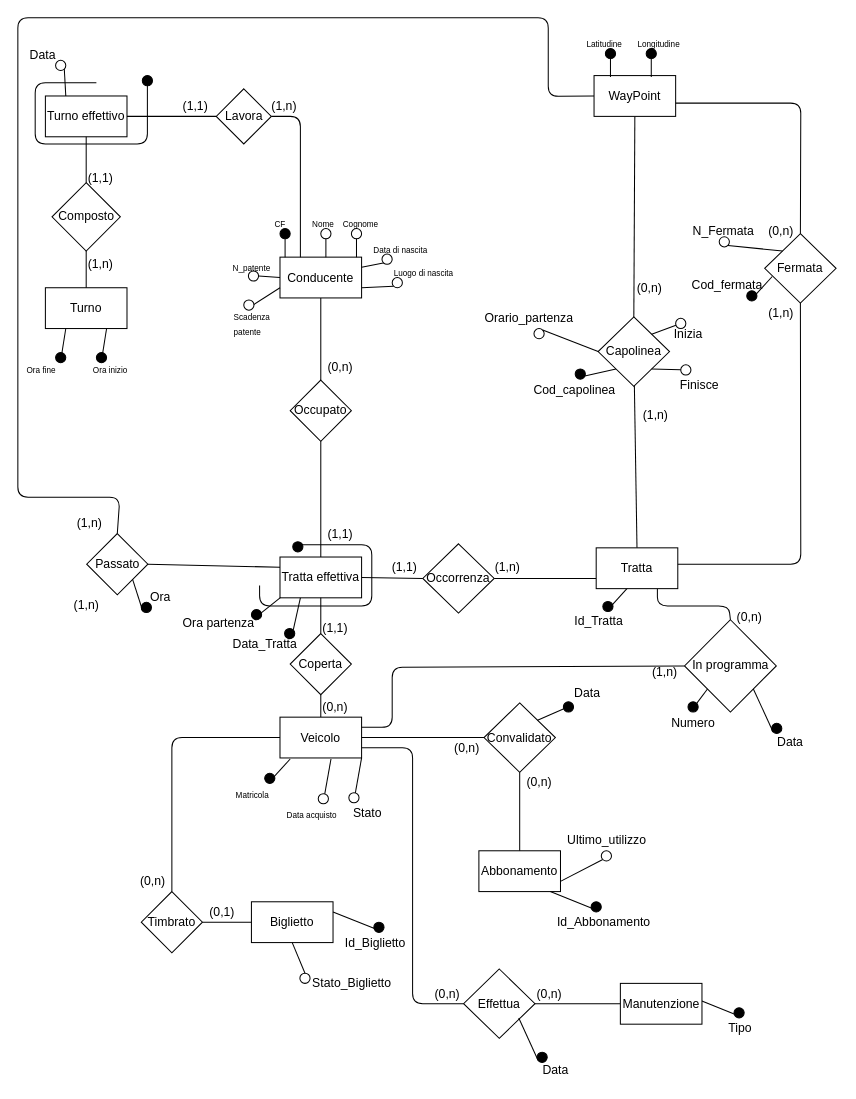
Ivan-Palm/Progetto-Basi-di-Dati keeps this draw.io diagram as Secondo ER ottimizzato.drawio. Above is the earlier version. Source tidied: cells renumbered, new cells numbered last; positions are measured from the earlier drawing's top-left corner, leaving out a move shared by most shapes. Both pictures are drawn from the tidied source at 102%, with x=0, y=0 at pixel (17, 17).
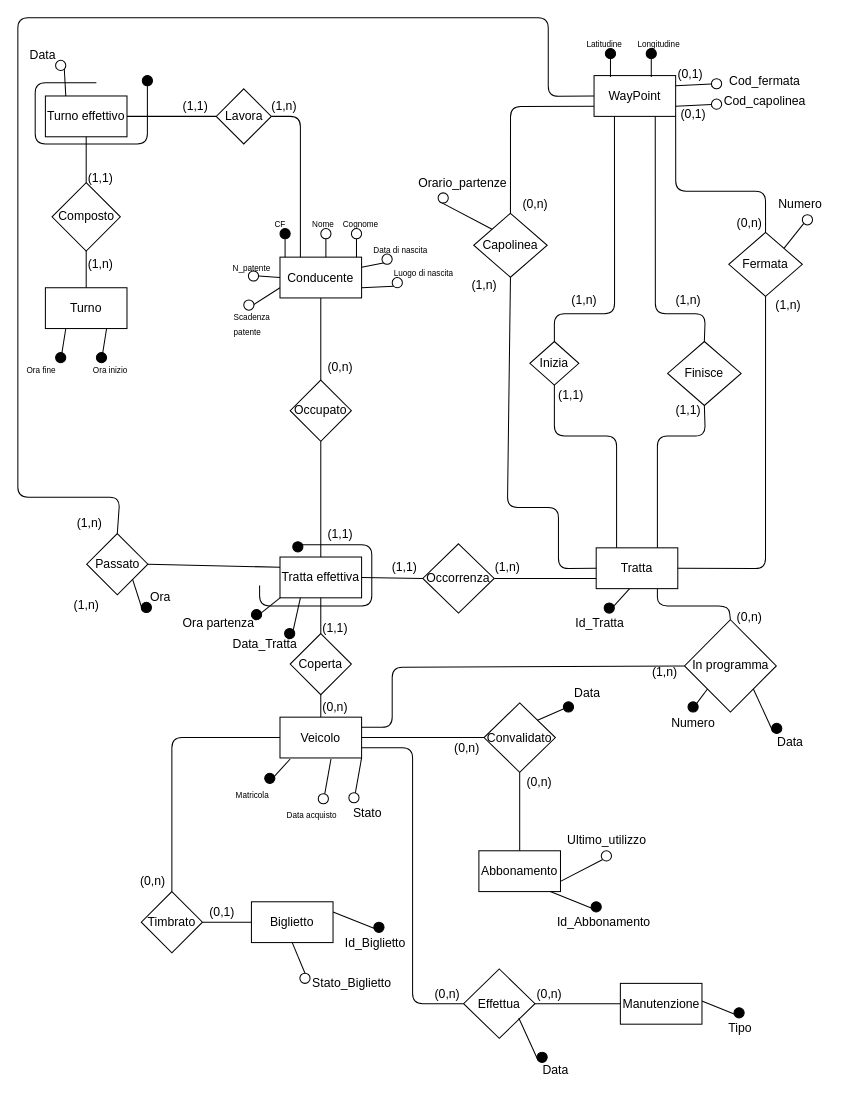
Above is the later version.

The change refers to these unchanged cells:
```xml
<mxCell id="158" value="Tratta" style="rounded=0;whiteSpace=wrap;html=1;" parent="1" vertex="1">
  <mxGeometry x="567" y="519.6" width="80" height="40" as="geometry" />
</mxCell>
<mxCell id="159" value="WayPoint" style="rounded=0;whiteSpace=wrap;html=1;" parent="1" vertex="1">
  <mxGeometry x="564.9" y="56.6" width="80" height="40" as="geometry" />
</mxCell>
```

Change to the diagram source:
```diff
@@
     <mxCell id="88" style="endArrow=none;html=1;fillColor=#000000;exitX=0.125;exitY=1.025;exitDx=0;exitDy=0;exitPerimeter=0;" parent="1" edge="1">
       <mxGeometry relative="1" as="geometry">
-        <mxPoint x="598.5" y="558.1" as="sourcePoint" />
-        <mxPoint x="578.5" y="580.1" as="targetPoint" />
+        <mxPoint x="599.8" y="559.6" as="sourcePoint" />
+        <mxPoint x="579.8" y="581.6" as="targetPoint" />
       </mxGeometry>
     </mxCell>
     <mxCell id="89" value="Id_Tratta" style="text;html=1;align=left;verticalAlign=top;spacingTop=-4;" parent="1" vertex="1">
-      <mxGeometry x="543.5" y="582.1" width="60" height="20" as="geometry" />
+      <mxGeometry x="544.8" y="583.6" width="60" height="20" as="geometry" />
     </mxCell>
     <mxCell id="90" style="ellipse;whiteSpace=wrap;html=1;fillColor=#000000;" parent="1" vertex="1">
-      <mxGeometry x="573.5" y="572.1" width="10" height="10" as="geometry" />
+      <mxGeometry x="574.8" y="573.6" width="10" height="10" as="geometry" />
     </mxCell>
@@
-    <mxCell id="129" style="ellipse;whiteSpace=wrap;html=1;fillColor=#FFFFFF;" parent="1" vertex="1">
-      <mxGeometry x="506" y="304.6" width="10" height="10" as="geometry" />
-    </mxCell>
-    <mxCell id="130" value="Capolinea" style="rhombus;whiteSpace=wrap;html=1;" parent="1" vertex="1">
-      <mxGeometry x="568.9" y="293.2" width="70" height="68" as="geometry" />
-    </mxCell>
-    <mxCell id="131" value="(0,n)" style="text;html=1;align=center;verticalAlign=middle;" parent="1" vertex="1">
-      <mxGeometry x="598.9" y="254.6" width="40" height="20" as="geometry" />
-    </mxCell>
-    <mxCell id="132" value="(1,n)" style="text;html=1;align=center;verticalAlign=middle;" parent="1" vertex="1">
-      <mxGeometry x="604.9" y="380" width="40" height="20" as="geometry" />
-    </mxCell>
-    <mxCell id="133" style="endArrow=none;html=1;entryX=0;entryY=0.5;entryDx=0;entryDy=0;exitX=1;exitY=0;exitDx=0;exitDy=0;" parent="1" edge="1" source="129" target="130">
-      <mxGeometry relative="1" as="geometry" />
-    </mxCell>
-    <mxCell id="134" style="endArrow=none;html=1;exitX=0.5;exitY=0;exitDx=0;exitDy=0;" parent="1" edge="1" source="158" target="130">
-      <mxGeometry relative="1" as="geometry" />
-    </mxCell>
-    <mxCell id="135" style="endArrow=none;html=1;entryX=0.5;entryY=1;entryDx=0;entryDy=0;exitX=0.5;exitY=0;exitDx=0;exitDy=0;" parent="1" edge="1" source="130" target="159">
-      <mxGeometry relative="1" as="geometry" />
-    </mxCell>
-    <mxCell id="136" style="endArrow=none;html=1;exitX=1;exitY=0;exitDx=0;exitDy=0;" parent="1" edge="1" source="137">
-      <mxGeometry relative="1" as="geometry">
-        <mxPoint x="650.9" y="300.2" as="targetPoint" />
-      </mxGeometry>
-    </mxCell>
-    <mxCell id="137" style="ellipse;whiteSpace=wrap;html=1;fillColor=#FFFFFF;direction=west;" parent="1" vertex="1">
-      <mxGeometry x="644.9" y="294.6" width="10" height="10" as="geometry" />
-    </mxCell>
-    <mxCell id="138" style="endArrow=none;html=1;exitX=1;exitY=0;exitDx=0;exitDy=0;" parent="1" edge="1" source="130" target="137">
-      <mxGeometry relative="1" as="geometry" />
-    </mxCell>
-    <mxCell id="139" value="Inizia" style="text;html=1;align=center;verticalAlign=middle;points=[];" parent="1" vertex="1">
-      <mxGeometry x="637" y="299.6" width="40" height="20" as="geometry" />
-    </mxCell>
-    <mxCell id="140" style="ellipse;whiteSpace=wrap;html=1;fillColor=#FFFFFF;direction=west;" parent="1" vertex="1">
-      <mxGeometry x="649.9" y="340.2" width="10" height="10" as="geometry" />
-    </mxCell>
-    <mxCell id="141" style="endArrow=none;html=1;exitX=1;exitY=1;exitDx=0;exitDy=0;" parent="1" edge="1" source="130" target="140">
-      <mxGeometry relative="1" as="geometry" />
-    </mxCell>
-    <mxCell id="142" style="endArrow=none;html=1;fillColor=#000000;exitX=0;exitY=1;exitDx=0;exitDy=0;" parent="1" edge="1" source="130">
-      <mxGeometry relative="1" as="geometry">
-        <mxPoint x="551.4" y="352.2" as="targetPoint" />
-      </mxGeometry>
-    </mxCell>
-    <mxCell id="143" value="Cod_capolinea" style="text;html=1;align=left;verticalAlign=top;spacingTop=-4;" parent="1" vertex="1">
-      <mxGeometry x="503.5" y="355.1" width="100" height="20" as="geometry" />
-    </mxCell>
-    <mxCell id="144" style="ellipse;whiteSpace=wrap;html=1;fillColor=#000000;" parent="1" vertex="1">
-      <mxGeometry x="546.4" y="344.2" width="10" height="10" as="geometry" />
-    </mxCell>
-    <mxCell id="145" value="Orario_partenza" style="text;html=1;align=left;verticalAlign=top;spacingTop=-4;" parent="1" vertex="1">
-      <mxGeometry x="456" y="284.6" width="100" height="20" as="geometry" />
-    </mxCell>
-    <mxCell id="146" value="Finisce" style="text;html=1;align=center;verticalAlign=middle;points=[];" parent="1" vertex="1">
-      <mxGeometry x="637.6" y="350.2" width="60" height="20" as="geometry" />
-    </mxCell>
-    <mxCell id="147" style="endArrow=none;html=1;fillColor=#000000;exitX=0.125;exitY=1.025;exitDx=0;exitDy=0;exitPerimeter=0;" parent="1" edge="1">
-      <mxGeometry relative="1" as="geometry">
-        <mxPoint x="739.6" y="253.6" as="sourcePoint" />
-        <mxPoint x="719.6" y="275.6" as="targetPoint" />
-      </mxGeometry>
-    </mxCell>
-    <mxCell id="148" value="Cod_fermata" style="text;html=1;align=left;verticalAlign=top;spacingTop=-4;" parent="1" vertex="1">
-      <mxGeometry x="659" y="251.6" width="90" height="20" as="geometry" />
-    </mxCell>
-    <mxCell id="149" style="ellipse;whiteSpace=wrap;html=1;fillColor=#000000;" parent="1" vertex="1">
-      <mxGeometry x="714.6" y="267.6" width="10" height="10" as="geometry" />
-    </mxCell>
-    <mxCell id="150" style="ellipse;whiteSpace=wrap;html=1;fillColor=#FFFFFF;" parent="1" vertex="1">
-      <mxGeometry x="687.6" y="214.6" width="10" height="10" as="geometry" />
-    </mxCell>
-    <mxCell id="151" value="N_Fermata" style="text;html=1;align=left;verticalAlign=top;spacingTop=-4;" parent="1" vertex="1">
-      <mxGeometry x="659.6" y="198.6" width="80" height="20" as="geometry" />
-    </mxCell>
-    <mxCell id="152" style="endArrow=none;html=1;exitX=1;exitY=0.75;exitDx=0;exitDy=0;entryX=0.5;entryY=1;entryDx=0;entryDy=0;" parent="1" edge="1" target="153">
-      <mxGeometry relative="1" as="geometry">
-        <mxPoint x="635.6" y="535.6" as="sourcePoint" />
-        <Array as="points">
-          <mxPoint x="767.6" y="535.6" />
-        </Array>
-      </mxGeometry>
-    </mxCell>
-    <mxCell id="153" value="Fermata" style="rhombus;whiteSpace=wrap;html=1;" parent="1" vertex="1">
-      <mxGeometry x="732.2" y="211.6" width="70" height="68" as="geometry" />
-    </mxCell>
-    <mxCell id="154" style="endArrow=none;html=1;exitX=0.5;exitY=0;exitDx=0;exitDy=0;entryX=1;entryY=0.5;entryDx=0;entryDy=0;" parent="1" edge="1" source="153">
-      <mxGeometry relative="1" as="geometry">
-        <mxPoint x="639.6" y="83.6" as="targetPoint" />
-        <Array as="points">
-          <mxPoint x="767.6" y="83.6" />
-        </Array>
-      </mxGeometry>
-    </mxCell>
-    <mxCell id="155" style="endArrow=none;html=1;exitX=0;exitY=0;exitDx=0;exitDy=0;entryX=1;entryY=1;entryDx=0;entryDy=0;" parent="1" edge="1" source="153" target="150">
-      <mxGeometry relative="1" as="geometry" />
-    </mxCell>
-    <mxCell id="156" value="(0,n)" style="text;html=1;align=center;verticalAlign=middle;" parent="1" vertex="1">
-      <mxGeometry x="727.6" y="198.6" width="40" height="20" as="geometry" />
-    </mxCell>
-    <mxCell id="157" value="(1,n)" style="text;html=1;align=center;verticalAlign=middle;" parent="1" vertex="1">
-      <mxGeometry x="727.6" y="279.6" width="40" height="20" as="geometry" />
-    </mxCell>
@@
+    <mxCell id="180" style="endArrow=none;html=1;exitX=1;exitY=0.25;exitDx=0;exitDy=0;" parent="1" edge="1" source="181">
+      <mxGeometry relative="1" as="geometry">
+        <mxPoint x="680" y="67" as="targetPoint" />
+      </mxGeometry>
+    </mxCell>
+    <mxCell id="181" style="ellipse;whiteSpace=wrap;html=1;fillColor=#FFFFFF;" parent="1" vertex="1">
+      <mxGeometry x="680" y="59.6" width="10" height="10" as="geometry" />
+    </mxCell>
+    <mxCell id="182" style="endArrow=none;html=1;exitX=1;exitY=0.25;exitDx=0;exitDy=0;" parent="1" edge="1" source="159" target="181">
+      <mxGeometry relative="1" as="geometry" />
+    </mxCell>
+    <mxCell id="148" value="Cod_fermata" style="text;html=1;align=center;verticalAlign=middle;" parent="1" vertex="1">
+      <mxGeometry x="687" y="51.6" width="90" height="20" as="geometry" />
+    </mxCell>
+    <mxCell id="183" style="endArrow=none;html=1;exitX=1;exitY=0.25;exitDx=0;exitDy=0;" parent="1" edge="1" source="184">
+      <mxGeometry relative="1" as="geometry">
+        <mxPoint x="680" y="87" as="targetPoint" />
+      </mxGeometry>
+    </mxCell>
+    <mxCell id="184" style="ellipse;whiteSpace=wrap;html=1;fillColor=#FFFFFF;" parent="1" vertex="1">
+      <mxGeometry x="680" y="79.6" width="10" height="10" as="geometry" />
+    </mxCell>
+    <mxCell id="185" style="endArrow=none;html=1;exitX=1;exitY=0.25;exitDx=0;exitDy=0;" parent="1" edge="1" target="184">
+      <mxGeometry relative="1" as="geometry">
+        <mxPoint x="644.9" y="86.6" as="sourcePoint" />
+      </mxGeometry>
+    </mxCell>
+    <mxCell id="143" value="Cod_capolinea" style="text;html=1;align=center;verticalAlign=middle;" parent="1" vertex="1">
+      <mxGeometry x="682" y="71.6" width="100" height="20" as="geometry" />
+    </mxCell>
+    <mxCell id="186" value="&lt;div&gt;(0,1)&lt;/div&gt;&lt;div&gt;&lt;br&gt;&lt;/div&gt;" style="text;html=1;align=center;verticalAlign=middle;" parent="1" vertex="1">
+      <mxGeometry x="638.9" y="46.6" width="40" height="30" as="geometry" />
+    </mxCell>
+    <mxCell id="187" value="&lt;div&gt;(0,1)&lt;/div&gt;&lt;div&gt;&lt;br&gt;&lt;/div&gt;" style="text;html=1;align=center;verticalAlign=middle;" parent="1" vertex="1">
+      <mxGeometry x="642" y="86.6" width="40" height="30" as="geometry" />
+    </mxCell>
+    <mxCell id="139" value="Inizia" style="rhombus;whiteSpace=wrap;html=1;" parent="1" vertex="1">
+      <mxGeometry x="502" y="317.3" width="48" height="42.7" as="geometry" />
+    </mxCell>
+    <mxCell id="146" value="Finisce" style="rhombus;whiteSpace=wrap;html=1;" parent="1" vertex="1">
+      <mxGeometry x="637" y="317.3" width="72.1" height="62.7" as="geometry" />
+    </mxCell>
+    <mxCell id="188" style="endArrow=none;html=1;exitX=0.25;exitY=0;exitDx=0;exitDy=0;entryX=0.5;entryY=1;entryDx=0;entryDy=0;" parent="1" edge="1" source="158" target="139">
+      <mxGeometry relative="1" as="geometry">
+        <Array as="points">
+          <mxPoint x="587" y="410" />
+          <mxPoint x="526" y="410" />
+        </Array>
+      </mxGeometry>
+    </mxCell>
+    <mxCell id="189" style="endArrow=none;html=1;exitX=0.75;exitY=0;exitDx=0;exitDy=0;entryX=0.5;entryY=1;entryDx=0;entryDy=0;" parent="1" edge="1" source="158" target="146">
+      <mxGeometry relative="1" as="geometry">
+        <Array as="points">
+          <mxPoint x="627" y="410" />
+          <mxPoint x="674" y="410" />
+        </Array>
+      </mxGeometry>
+    </mxCell>
+    <mxCell id="190" style="endArrow=none;html=1;exitX=0.5;exitY=0;exitDx=0;exitDy=0;entryX=0.25;entryY=1;entryDx=0;entryDy=0;" parent="1" edge="1" source="139" target="159">
+      <mxGeometry relative="1" as="geometry">
+        <Array as="points">
+          <mxPoint x="526" y="290" />
+          <mxPoint x="585" y="290" />
+          <mxPoint x="585" y="220" />
+        </Array>
+      </mxGeometry>
+    </mxCell>
+    <mxCell id="191" style="endArrow=none;html=1;exitX=0.5;exitY=0;exitDx=0;exitDy=0;entryX=0.75;entryY=1;entryDx=0;entryDy=0;" parent="1" edge="1" source="146" target="159">
+      <mxGeometry relative="1" as="geometry">
+        <Array as="points">
+          <mxPoint x="674" y="290" />
+          <mxPoint x="625" y="290" />
+        </Array>
+      </mxGeometry>
+    </mxCell>
+    <mxCell id="192" value="(1,n)" style="text;html=1;align=center;verticalAlign=middle;" parent="1" vertex="1">
+      <mxGeometry x="637" y="266.6" width="40" height="20" as="geometry" />
+    </mxCell>
+    <mxCell id="193" value="(1,n)" style="text;html=1;align=center;verticalAlign=middle;" parent="1" vertex="1">
+      <mxGeometry x="534.8" y="266.6" width="40" height="20" as="geometry" />
+    </mxCell>
+    <mxCell id="153" value="Fermata" style="rhombus;whiteSpace=wrap;html=1;" parent="1" vertex="1">
+      <mxGeometry x="697" y="210.3" width="72.1" height="62.7" as="geometry" />
+    </mxCell>
+    <mxCell id="194" style="endArrow=none;html=1;entryX=0.5;entryY=1;entryDx=0;entryDy=0;exitX=1;exitY=0.5;exitDx=0;exitDy=0;" parent="1" edge="1" source="158" target="153">
+      <mxGeometry relative="1" as="geometry">
+        <Array as="points">
+          <mxPoint x="733" y="540" />
+        </Array>
+      </mxGeometry>
+    </mxCell>
+    <mxCell id="195" style="endArrow=none;html=1;entryX=1;entryY=1;entryDx=0;entryDy=0;exitX=0.5;exitY=0;exitDx=0;exitDy=0;" parent="1" edge="1" source="153" target="159">
+      <mxGeometry relative="1" as="geometry">
+        <Array as="points">
+          <mxPoint x="733" y="170" />
+          <mxPoint x="645" y="170" />
+        </Array>
+      </mxGeometry>
+    </mxCell>
+    <mxCell id="130" value="Capolinea" style="rhombus;whiteSpace=wrap;html=1;" parent="1" vertex="1">
+      <mxGeometry x="446.9" y="191.6" width="72.1" height="62.7" as="geometry" />
+    </mxCell>
+    <mxCell id="196" style="endArrow=none;html=1;entryX=0;entryY=0.5;entryDx=0;entryDy=0;exitX=0.5;exitY=1;exitDx=0;exitDy=0;" parent="1" edge="1" source="130" target="158">
+      <mxGeometry relative="1" as="geometry">
+        <Array as="points">
+          <mxPoint x="480" y="480" />
+          <mxPoint x="530" y="480" />
+          <mxPoint x="530" y="540" />
+        </Array>
+      </mxGeometry>
+    </mxCell>
+    <mxCell id="135" style="endArrow=none;html=1;exitX=0.5;exitY=0;exitDx=0;exitDy=0;entryX=0;entryY=0.75;entryDx=0;entryDy=0;" parent="1" edge="1" source="130" target="159">
+      <mxGeometry relative="1" as="geometry">
+        <Array as="points">
+          <mxPoint x="483" y="87" />
+        </Array>
+      </mxGeometry>
+    </mxCell>
+    <mxCell id="197" value="Numero" style="text;html=1;align=left;verticalAlign=top;spacingTop=-4;" parent="1" vertex="1">
+      <mxGeometry x="744.1" y="173" width="60" height="20" as="geometry" />
+    </mxCell>
+    <mxCell id="198" style="endArrow=none;html=1;fillColor=#000000;exitX=0;exitY=0;exitDx=0;exitDy=0;entryX=0;entryY=1;entryDx=0;entryDy=0;" parent="1" edge="1" source="130" target="199">
+      <mxGeometry relative="1" as="geometry" />
+    </mxCell>
+    <mxCell id="199" style="ellipse;whiteSpace=wrap;html=1;fillColor=#FFFFFF;" parent="1" vertex="1">
+      <mxGeometry x="412" y="171.6" width="10" height="10" as="geometry" />
+    </mxCell>
+    <mxCell id="200" value="Orario_partenze" style="text;html=1;align=left;verticalAlign=top;spacingTop=-4;" parent="1" vertex="1">
+      <mxGeometry x="391" y="151.6" width="100" height="20" as="geometry" />
+    </mxCell>
+    <mxCell id="201" style="endArrow=none;html=1;fillColor=#000000;exitX=1;exitY=0;exitDx=0;exitDy=0;entryX=0;entryY=1;entryDx=0;entryDy=0;" parent="1" edge="1" source="153" target="202">
+      <mxGeometry relative="1" as="geometry" />
+    </mxCell>
+    <mxCell id="202" style="ellipse;whiteSpace=wrap;html=1;fillColor=#FFFFFF;" parent="1" vertex="1">
+      <mxGeometry x="769.1" y="193" width="10" height="10" as="geometry" />
+    </mxCell>
+    <mxCell id="203" value="(1,n)" style="text;html=1;align=center;verticalAlign=middle;" parent="1" vertex="1">
+      <mxGeometry x="734.6" y="271.6" width="40" height="20" as="geometry" />
+    </mxCell>
+    <mxCell id="204" value="(1,n)" style="text;html=1;align=center;verticalAlign=middle;" parent="1" vertex="1">
+      <mxGeometry x="437" y="251.6" width="40" height="20" as="geometry" />
+    </mxCell>
+    <mxCell id="205" value="(0,n)" style="text;html=1;align=center;verticalAlign=middle;" parent="1" vertex="1">
+      <mxGeometry x="487" y="173" width="40" height="20" as="geometry" />
+    </mxCell>
+    <mxCell id="206" value="(0,n)" style="text;html=1;align=center;verticalAlign=middle;" parent="1" vertex="1">
+      <mxGeometry x="697" y="191.6" width="40" height="20" as="geometry" />
+    </mxCell>
+    <mxCell id="207" value="(1,1)" style="text;html=1;align=center;verticalAlign=middle;" parent="1" vertex="1">
+      <mxGeometry x="522" y="360" width="40" height="20" as="geometry" />
+    </mxCell>
+    <mxCell id="208" value="(1,1)" style="text;html=1;align=center;verticalAlign=middle;" parent="1" vertex="1">
+      <mxGeometry x="637" y="375.1" width="40" height="20" as="geometry" />
+    </mxCell>
```
